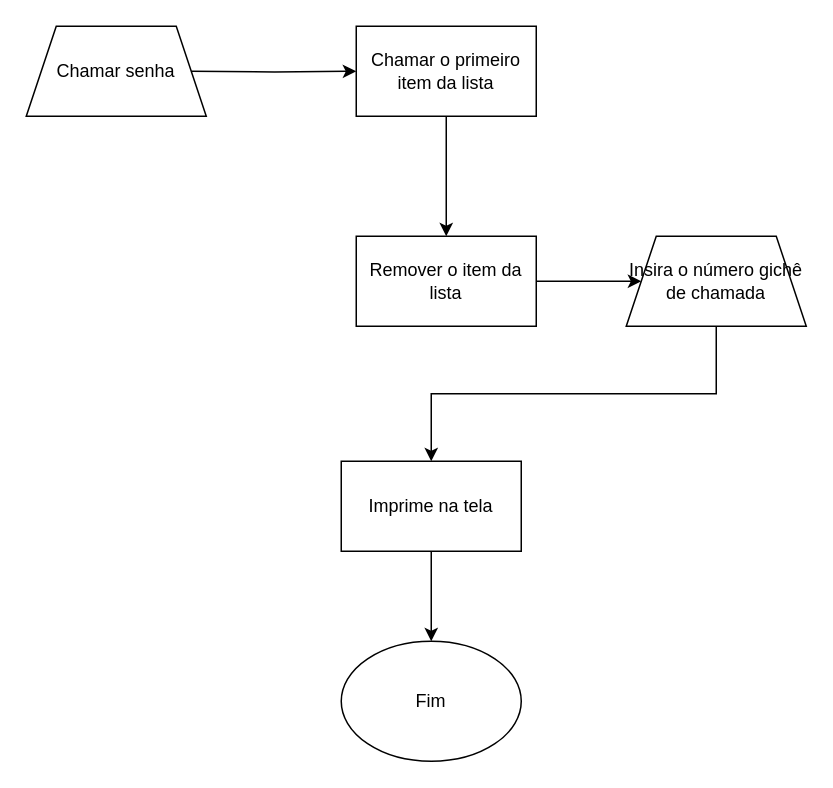
Earlier version of the draw.io diagram page "Chamar" (3 of 5) of documentation/fluxo.drawio (ssdaniel96/facul-estrutura_de_dados-proj_fila). Source tidied: cells renumbered, new cells numbered last; positions are measured from the earlier drawing's top-left corner, leaving out a move shared by most shapes. Both pictures are drawn from the tidied source at 150%, with x=0, y=0 at pixel (26, 26).
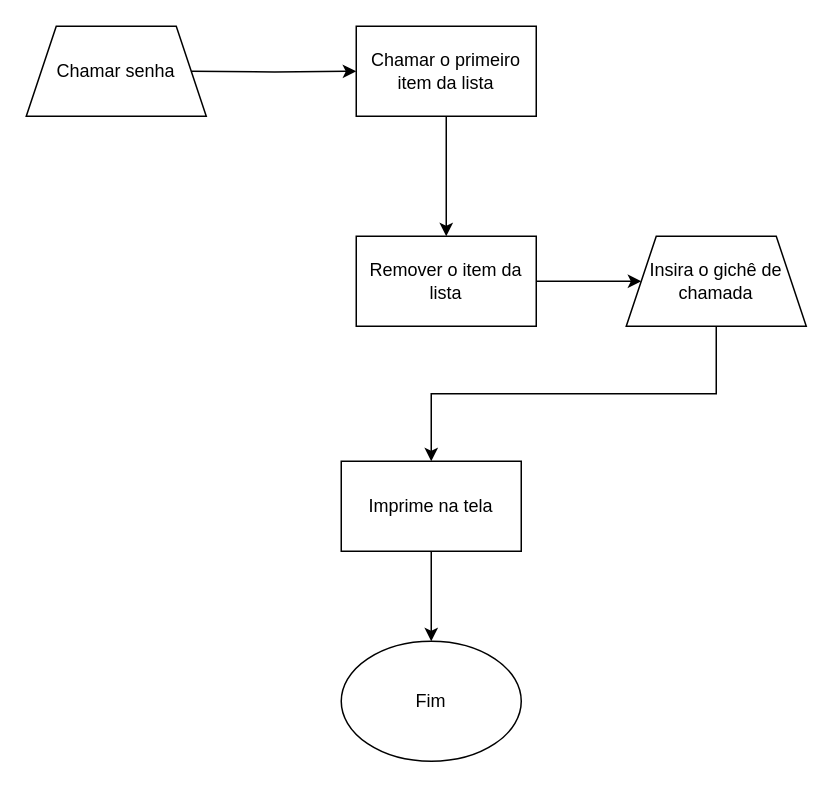
The same diagram, later.

The edit, as a diff of the source:
```diff
@@
 <mxGraphModel>
   <root>
     <mxCell id="0" />
     <mxCell id="1" parent="0" />
     <mxCell id="2" style="edgeStyle=orthogonalEdgeStyle;rounded=0;jettySize=auto;html=1;" parent="1" edge="1" source="3" target="5">
       <mxGeometry relative="1" as="geometry" />
     </mxCell>
     <mxCell id="3" value="Chamar o primeiro item da lista" style="whiteSpace=wrap;html=1;" parent="1" vertex="1">
       <mxGeometry x="220" width="120" height="60" as="geometry" />
     </mxCell>
     <mxCell id="4" style="edgeStyle=orthogonalEdgeStyle;rounded=0;jettySize=auto;html=1;exitX=1;exitY=0.5;exitDx=0;exitDy=0;entryX=0;entryY=0.5;entryDx=0;entryDy=0;" parent="1" edge="1" source="5" target="8">
       <mxGeometry relative="1" as="geometry" />
     </mxCell>
     <mxCell id="5" value="Remover o item da lista" style="whiteSpace=wrap;html=1;" parent="1" vertex="1">
       <mxGeometry x="220" y="140" width="120" height="60" as="geometry" />
     </mxCell>
     <mxCell id="6" style="edgeStyle=orthogonalEdgeStyle;rounded=0;jettySize=auto;html=1;" parent="1" edge="1" target="3">
       <mxGeometry relative="1" as="geometry">
         <mxPoint x="110" y="30" as="sourcePoint" />
       </mxGeometry>
     </mxCell>
     <mxCell id="7" style="edgeStyle=orthogonalEdgeStyle;rounded=0;jettySize=auto;html=1;exitX=0.5;exitY=1;exitDx=0;exitDy=0;entryX=0.5;entryY=0;entryDx=0;entryDy=0;" parent="1" edge="1" source="8" target="10">
       <mxGeometry relative="1" as="geometry" />
     </mxCell>
-    <mxCell id="8" value="Insira o número gichê de chamada" style="shape=trapezoid;perimeter=trapezoidPerimeter;whiteSpace=wrap;html=1;fixedSize=1;" parent="1" vertex="1">
+    <mxCell id="8" value="Insira o gichê de chamada" style="shape=trapezoid;perimeter=trapezoidPerimeter;whiteSpace=wrap;html=1;fixedSize=1;" parent="1" vertex="1">
       <mxGeometry x="400" y="140" width="120" height="60" as="geometry" />
     </mxCell>
     <mxCell id="9" style="edgeStyle=orthogonalEdgeStyle;rounded=0;jettySize=auto;html=1;" parent="1" edge="1" source="10" target="11">
       <mxGeometry relative="1" as="geometry" />
     </mxCell>
     <mxCell id="10" value="Imprime na tela" style="whiteSpace=wrap;html=1;" parent="1" vertex="1">
       <mxGeometry x="210" y="290" width="120" height="60" as="geometry" />
     </mxCell>
     <mxCell id="11" value="Fim" style="ellipse;whiteSpace=wrap;html=1;" parent="1" vertex="1">
       <mxGeometry x="210" y="410" width="120" height="80" as="geometry" />
     </mxCell>
     <mxCell id="12" value="Chamar senha" style="shape=trapezoid;perimeter=trapezoidPerimeter;whiteSpace=wrap;html=1;fixedSize=1;" parent="1" vertex="1">
       <mxGeometry width="120" height="60" as="geometry" />
     </mxCell>
   </root>
 </mxGraphModel>
```
